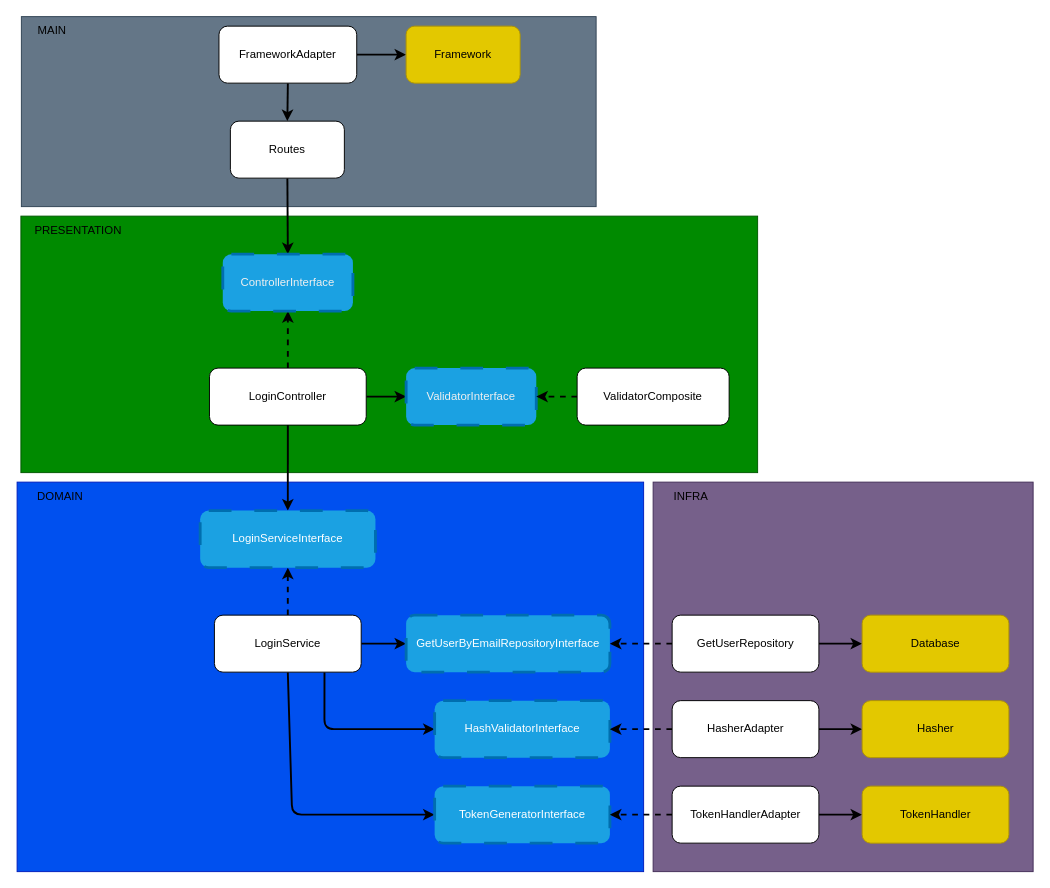
DouglasVolcato/node-tdd-clean-architecture keeps this draw.io diagram as diagrams/login.drawio. Above is the earlier version. Source tidied: cells renumbered, new cells numbered last; positions are measured from the earlier drawing's top-left corner, leaving out a move shared by most shapes. Both pictures are drawn from the tidied source at 95%, with x=0, y=0 at pixel (16, 16).
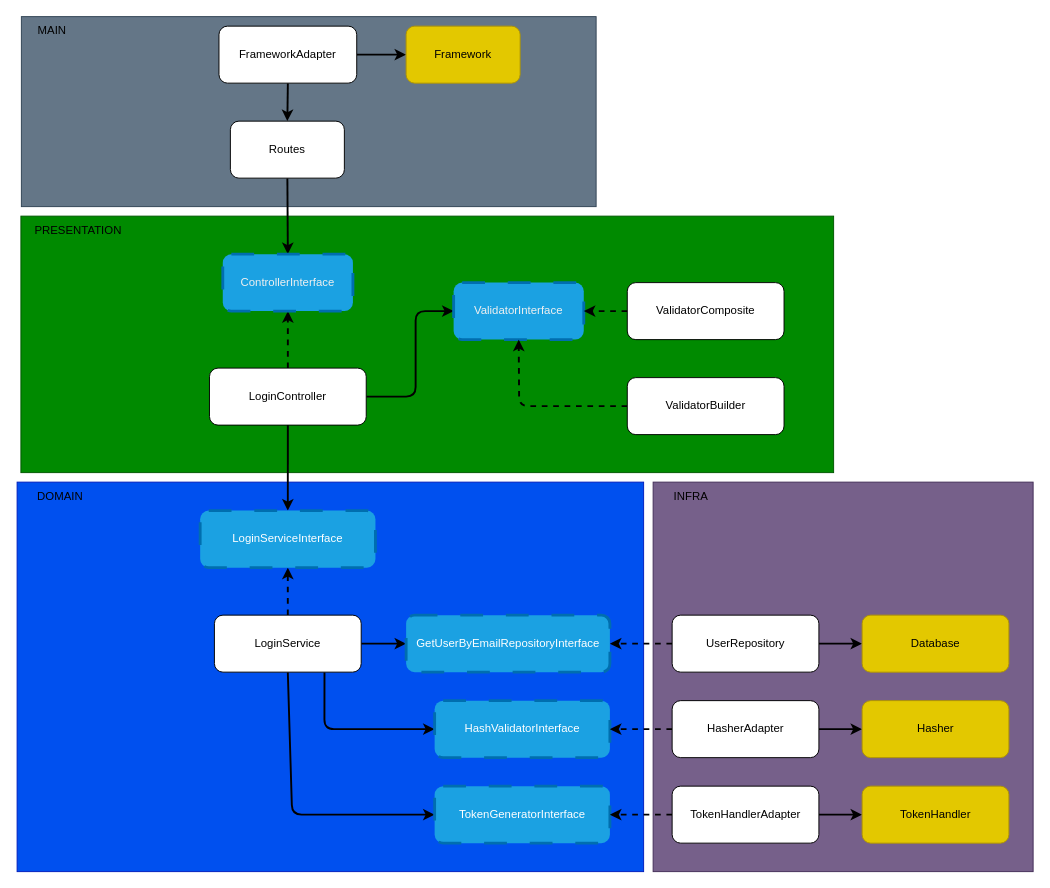
The same page after the edit.

Unchanged cells that the change refers to:
```xml
<mxCell id="14" value="LoginController" style="rounded=1;whiteSpace=wrap;html=1;" parent="1" vertex="1">
  <mxGeometry x="203" y="370" width="165" height="60" as="geometry" />
</mxCell>
```

Change to the diagram source:
```diff
@@
     <mxCell id="4" style="rounded=0;whiteSpace=wrap;html=1;fillColor=#008a00;fontColor=#ffffff;strokeColor=#005700;" parent="1" vertex="1">
-      <mxGeometry x="4.5" y="210" width="775.5" height="270" as="geometry" />
+      <mxGeometry x="4.5" y="210" width="855.5" height="270" as="geometry" />
     </mxCell>
@@
     <mxCell id="13" style="edgeStyle=none;html=1;exitX=1;exitY=0.5;exitDx=0;exitDy=0;entryX=0;entryY=0.5;entryDx=0;entryDy=0;strokeWidth=2;" parent="1" edge="1" source="14" target="31">
-      <mxGeometry relative="1" as="geometry" />
+      <mxGeometry relative="1" as="geometry">
+        <Array as="points">
+          <mxPoint x="420" y="400" />
+          <mxPoint x="420" y="310" />
+        </Array>
+      </mxGeometry>
     </mxCell>
@@
-    <mxCell id="22" value="GetUserRepository" style="rounded=1;whiteSpace=wrap;html=1;" parent="1" vertex="1">
+    <mxCell id="22" value="UserRepository" style="rounded=1;whiteSpace=wrap;html=1;" parent="1" vertex="1">
       <mxGeometry x="690" y="630" width="154.5" height="60" as="geometry" />
     </mxCell>
@@
-    <mxCell id="31" value="&lt;span style=&quot;color: rgb(240, 240, 240);&quot;&gt;ValidatorInterface&lt;/span&gt;" style="rounded=1;whiteSpace=wrap;html=1;dashed=1;dashPattern=8 8;strokeWidth=3;fillColor=#1ba1e2;fontColor=#ffffff;strokeColor=#006EAF;" parent="1" vertex="1">
-      <mxGeometry x="410" y="370" width="137" height="60" as="geometry" />
-    </mxCell>
-    <mxCell id="32" style="edgeStyle=none;html=1;exitX=0;exitY=0.5;exitDx=0;exitDy=0;entryX=1;entryY=0.5;entryDx=0;entryDy=0;strokeWidth=2;dashed=1;" parent="1" edge="1" source="33" target="31">
-      <mxGeometry relative="1" as="geometry" />
-    </mxCell>
-    <mxCell id="33" value="ValidatorComposite" style="rounded=1;whiteSpace=wrap;html=1;" parent="1" vertex="1">
-      <mxGeometry x="590" y="370" width="160" height="60" as="geometry" />
-    </mxCell>
@@
+    <mxCell id="31" value="&lt;span style=&quot;color: rgb(240, 240, 240);&quot;&gt;ValidatorInterface&lt;/span&gt;" style="rounded=1;whiteSpace=wrap;html=1;dashed=1;dashPattern=8 8;strokeWidth=3;fillColor=#1ba1e2;fontColor=#ffffff;strokeColor=#006EAF;" parent="1" vertex="1">
+      <mxGeometry x="460" y="280" width="137" height="60" as="geometry" />
+    </mxCell>
+    <mxCell id="32" style="edgeStyle=none;html=1;exitX=0;exitY=0.5;exitDx=0;exitDy=0;entryX=1;entryY=0.5;entryDx=0;entryDy=0;strokeWidth=2;dashed=1;" parent="1" edge="1" source="33" target="31">
+      <mxGeometry relative="1" as="geometry" />
+    </mxCell>
+    <mxCell id="33" value="ValidatorComposite" style="rounded=1;whiteSpace=wrap;html=1;" parent="1" vertex="1">
+      <mxGeometry x="642.8" y="280" width="165" height="60" as="geometry" />
+    </mxCell>
+    <mxCell id="45" style="edgeStyle=none;html=1;exitX=0;exitY=0.5;exitDx=0;exitDy=0;entryX=0.5;entryY=1;entryDx=0;entryDy=0;strokeWidth=2;dashed=1;" parent="1" edge="1" source="46" target="31">
+      <mxGeometry relative="1" as="geometry">
+        <Array as="points">
+          <mxPoint x="529" y="410" />
+        </Array>
+      </mxGeometry>
+    </mxCell>
+    <mxCell id="46" value="ValidatorBuilder" style="rounded=1;whiteSpace=wrap;html=1;" parent="1" vertex="1">
+      <mxGeometry x="642.8" y="380" width="165" height="60" as="geometry" />
+    </mxCell>
```
